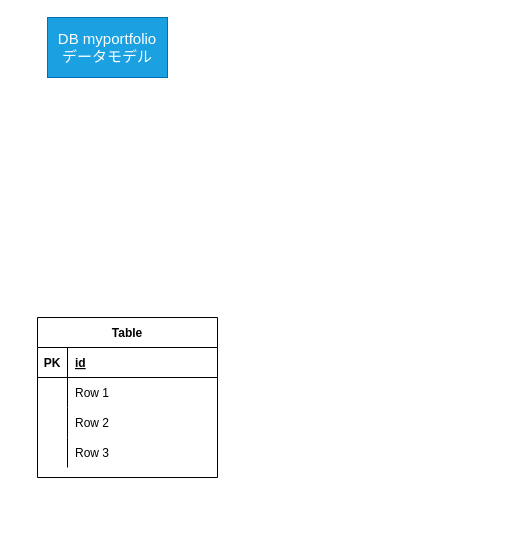
Earlier version of the draw.io diagram db.dio (hirohana/technologypost-backend). Source tidied: cells renumbered, new cells numbered last; positions are measured from the earlier drawing's top-left corner, leaving out a move shared by most shapes. Both pictures are drawn from the tidied source at 100%, with x=0, y=0 at pixel (37, 17).
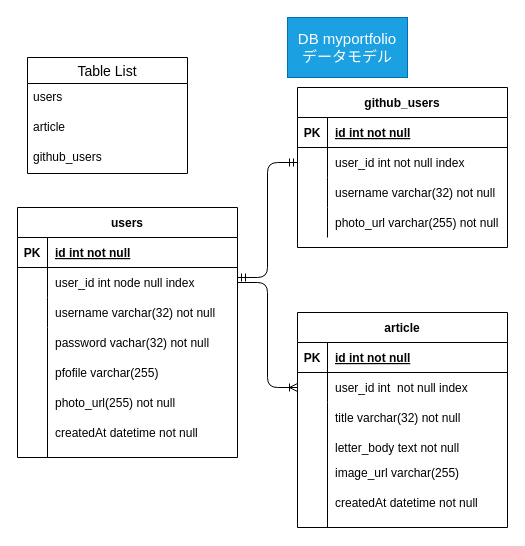
The same diagram, later.

Diff of the diagram source:
```diff
@@
-    <mxCell id="2" value="Table" style="shape=table;startSize=30;childLayout=tableLayout;rowLines=0;fontStyle=1;align=center;" parent="1" vertex="1">
-      <mxGeometry y="300" width="180" height="160" as="geometry" />
+    <mxCell id="2" value="users" style="shape=table;startSize=30;childLayout=tableLayout;rowLines=0;fontStyle=1;align=center;" parent="1" vertex="1">
+      <mxGeometry x="-20" y="190" width="220" height="250" as="geometry" />
     </mxCell>
     <mxCell id="3" style="shape=partialRectangle;fillColor=none;top=0;left=0;bottom=1;right=0;" parent="2" vertex="1">
-      <mxGeometry y="30" width="180" height="30" as="geometry" />
+      <mxGeometry y="30" width="220" height="30" as="geometry" />
     </mxCell>
@@
-    <mxCell id="5" value="id" style="shape=partialRectangle;fillColor=none;top=0;left=0;bottom=0;right=0;align=left;spacingLeft=6;fontStyle=5;overflow=hidden;" parent="3" vertex="1">
-      <mxGeometry x="30" width="150" height="30" as="geometry" />
+    <mxCell id="5" value="id int not null" style="shape=partialRectangle;fillColor=none;top=0;left=0;bottom=0;right=0;align=left;spacingLeft=6;fontStyle=5;overflow=hidden;" parent="3" vertex="1">
+      <mxGeometry x="30" width="190" height="30" as="geometry" />
     </mxCell>
     <mxCell id="6" style="shape=partialRectangle;fillColor=none;top=0;left=0;bottom=0;right=0;points=[[0,0.5],[1,0.5]];portConstraint=eastwest;" parent="2" vertex="1">
-      <mxGeometry y="60" width="180" height="30" as="geometry" />
+      <mxGeometry y="60" width="220" height="30" as="geometry" />
     </mxCell>
@@
-    <mxCell id="8" value="Row 1" style="shape=partialRectangle;fillColor=none;top=0;left=0;bottom=0;right=0;align=left;spacingLeft=6;overflow=hidden;" parent="6" vertex="1">
-      <mxGeometry x="30" width="150" height="30" as="geometry" />
+    <mxCell id="8" value="user_id int node null index" style="shape=partialRectangle;fillColor=none;top=0;left=0;bottom=0;right=0;align=left;spacingLeft=6;overflow=hidden;" parent="6" vertex="1">
+      <mxGeometry x="30" width="190" height="30" as="geometry" />
     </mxCell>
     <mxCell id="9" style="shape=partialRectangle;fillColor=none;top=0;left=0;bottom=0;right=0;" parent="2" vertex="1">
-      <mxGeometry y="90" width="180" height="30" as="geometry" />
+      <mxGeometry y="90" width="220" height="30" as="geometry" />
     </mxCell>
@@
-    <mxCell id="11" value="Row 2" style="shape=partialRectangle;fillColor=none;top=0;left=0;bottom=0;right=0;align=left;spacingLeft=6;overflow=hidden;" parent="9" vertex="1">
-      <mxGeometry x="30" width="150" height="30" as="geometry" />
+    <mxCell id="11" value="username varchar(32) not null" style="shape=partialRectangle;fillColor=none;top=0;left=0;bottom=0;right=0;align=left;spacingLeft=6;overflow=hidden;" parent="9" vertex="1">
+      <mxGeometry x="30" width="190" height="30" as="geometry" />
     </mxCell>
-    <mxCell id="12" style="shape=partialRectangle;fillColor=none;top=0;left=0;bottom=0;right=0;" parent="2" vertex="1">
-      <mxGeometry y="120" width="180" height="30" as="geometry" />
-    </mxCell>
-    <mxCell id="13" style="shape=partialRectangle;fillColor=none;top=0;left=0;bottom=0;right=0;overflow=hidden;" parent="12" vertex="1">
-      <mxGeometry width="30" height="30" as="geometry" />
-    </mxCell>
-    <mxCell id="14" value="Row 3" style="shape=partialRectangle;fillColor=none;top=0;left=0;bottom=0;right=0;align=left;spacingLeft=6;overflow=hidden;" parent="12" vertex="1">
-      <mxGeometry x="30" width="150" height="30" as="geometry" />
-    </mxCell>
     <mxCell id="15" value="&lt;font style=&quot;font-size: 15px&quot;&gt;DB myportfolio&lt;br&gt;データモデル&lt;/font&gt;" style="whiteSpace=wrap;html=1;fillColor=#1ba1e2;fontColor=#ffffff;strokeColor=#006EAF;" parent="1" vertex="1">
-      <mxGeometry x="10" width="120" height="60" as="geometry" />
+      <mxGeometry x="250" width="120" height="60" as="geometry" />
     </mxCell>
+    <mxCell id="16" value="github_users" style="shape=table;startSize=30;childLayout=tableLayout;rowLines=0;fontStyle=1;align=center;" parent="1" vertex="1">
+      <mxGeometry x="260" y="70" width="210" height="160" as="geometry" />
+    </mxCell>
+    <mxCell id="17" style="shape=partialRectangle;fillColor=none;top=0;left=0;bottom=1;right=0;" parent="16" vertex="1">
+      <mxGeometry y="30" width="210" height="30" as="geometry" />
+    </mxCell>
+    <mxCell id="18" value="PK" style="shape=partialRectangle;fillColor=none;top=0;left=0;bottom=0;right=0;fontStyle=1;overflow=hidden;" parent="17" vertex="1">
+      <mxGeometry width="30" height="30" as="geometry" />
+    </mxCell>
+    <mxCell id="19" value="id int not null" style="shape=partialRectangle;fillColor=none;top=0;left=0;bottom=0;right=0;align=left;spacingLeft=6;fontStyle=5;overflow=hidden;" parent="17" vertex="1">
+      <mxGeometry x="30" width="180" height="30" as="geometry" />
+    </mxCell>
+    <mxCell id="20" style="shape=partialRectangle;fillColor=none;top=0;left=0;bottom=0;right=0;points=[[0,0.5],[1,0.5]];portConstraint=eastwest;" parent="16" vertex="1">
+      <mxGeometry y="60" width="210" height="30" as="geometry" />
+    </mxCell>
+    <mxCell id="21" style="shape=partialRectangle;fillColor=none;top=0;left=0;bottom=0;right=0;overflow=hidden;" parent="20" vertex="1">
+      <mxGeometry width="30" height="30" as="geometry" />
+    </mxCell>
+    <mxCell id="22" value="user_id int not null index" style="shape=partialRectangle;fillColor=none;top=0;left=0;bottom=0;right=0;align=left;spacingLeft=6;overflow=hidden;" parent="20" vertex="1">
+      <mxGeometry x="30" width="180" height="30" as="geometry" />
+    </mxCell>
+    <mxCell id="23" style="shape=partialRectangle;fillColor=none;top=0;left=0;bottom=0;right=0;" parent="16" vertex="1">
+      <mxGeometry y="90" width="210" height="30" as="geometry" />
+    </mxCell>
+    <mxCell id="24" style="shape=partialRectangle;fillColor=none;top=0;left=0;bottom=0;right=0;overflow=hidden;" parent="23" vertex="1">
+      <mxGeometry width="30" height="30" as="geometry" />
+    </mxCell>
+    <mxCell id="25" value="username varchar(32) not null" style="shape=partialRectangle;fillColor=none;top=0;left=0;bottom=0;right=0;align=left;spacingLeft=6;overflow=hidden;" parent="23" vertex="1">
+      <mxGeometry x="30" width="180" height="30" as="geometry" />
+    </mxCell>
+    <mxCell id="26" style="shape=partialRectangle;fillColor=none;top=0;left=0;bottom=0;right=0;" parent="16" vertex="1">
+      <mxGeometry y="120" width="210" height="30" as="geometry" />
+    </mxCell>
+    <mxCell id="27" style="shape=partialRectangle;fillColor=none;top=0;left=0;bottom=0;right=0;overflow=hidden;" parent="26" vertex="1">
+      <mxGeometry width="30" height="30" as="geometry" />
+    </mxCell>
+    <mxCell id="28" value="photo_url varchar(255) not null" style="shape=partialRectangle;fillColor=none;top=0;left=0;bottom=0;right=0;align=left;spacingLeft=6;overflow=hidden;" parent="26" vertex="1">
+      <mxGeometry x="30" width="180" height="30" as="geometry" />
+    </mxCell>
+    <mxCell id="29" value="article" style="shape=table;startSize=30;childLayout=tableLayout;rowLines=0;fontStyle=1;align=center;" parent="1" vertex="1">
+      <mxGeometry x="260" y="295" width="210" height="215" as="geometry" />
+    </mxCell>
+    <mxCell id="30" style="shape=partialRectangle;fillColor=none;top=0;left=0;bottom=1;right=0;" parent="29" vertex="1">
+      <mxGeometry y="30" width="210" height="30" as="geometry" />
+    </mxCell>
+    <mxCell id="31" value="PK" style="shape=partialRectangle;fillColor=none;top=0;left=0;bottom=0;right=0;fontStyle=1;overflow=hidden;" parent="30" vertex="1">
+      <mxGeometry width="30" height="30" as="geometry" />
+    </mxCell>
+    <mxCell id="32" value="id int not null" style="shape=partialRectangle;fillColor=none;top=0;left=0;bottom=0;right=0;align=left;spacingLeft=6;fontStyle=5;overflow=hidden;" parent="30" vertex="1">
+      <mxGeometry x="30" width="180" height="30" as="geometry" />
+    </mxCell>
+    <mxCell id="33" style="shape=partialRectangle;fillColor=none;top=0;left=0;bottom=0;right=0;points=[[0,0.5],[1,0.5]];portConstraint=eastwest;" parent="29" vertex="1">
+      <mxGeometry y="60" width="210" height="30" as="geometry" />
+    </mxCell>
+    <mxCell id="34" style="shape=partialRectangle;fillColor=none;top=0;left=0;bottom=0;right=0;overflow=hidden;" parent="33" vertex="1">
+      <mxGeometry width="30" height="30" as="geometry" />
+    </mxCell>
+    <mxCell id="35" value="user_id int  not null index" style="shape=partialRectangle;fillColor=none;top=0;left=0;bottom=0;right=0;align=left;spacingLeft=6;overflow=hidden;" parent="33" vertex="1">
+      <mxGeometry x="30" width="180" height="30" as="geometry" />
+    </mxCell>
+    <mxCell id="36" style="shape=partialRectangle;fillColor=none;top=0;left=0;bottom=0;right=0;" parent="29" vertex="1">
+      <mxGeometry y="90" width="210" height="30" as="geometry" />
+    </mxCell>
+    <mxCell id="37" style="shape=partialRectangle;fillColor=none;top=0;left=0;bottom=0;right=0;overflow=hidden;" parent="36" vertex="1">
+      <mxGeometry width="30" height="30" as="geometry" />
+    </mxCell>
+    <mxCell id="38" value="title varchar(32) not null" style="shape=partialRectangle;fillColor=none;top=0;left=0;bottom=0;right=0;align=left;spacingLeft=6;overflow=hidden;" parent="36" vertex="1">
+      <mxGeometry x="30" width="180" height="30" as="geometry" />
+    </mxCell>
+    <mxCell id="39" style="shape=partialRectangle;fillColor=none;top=0;left=0;bottom=0;right=0;" parent="29" vertex="1">
+      <mxGeometry y="120" width="210" height="30" as="geometry" />
+    </mxCell>
+    <mxCell id="40" style="shape=partialRectangle;fillColor=none;top=0;left=0;bottom=0;right=0;overflow=hidden;" parent="39" vertex="1">
+      <mxGeometry width="30" height="30" as="geometry" />
+    </mxCell>
+    <mxCell id="41" value="letter_body text not null" style="shape=partialRectangle;fillColor=none;top=0;left=0;bottom=0;right=0;align=left;spacingLeft=6;overflow=hidden;" parent="39" vertex="1">
+      <mxGeometry x="30" width="180" height="30" as="geometry" />
+    </mxCell>
+    <mxCell id="42" style="shape=partialRectangle;fillColor=none;top=0;left=0;bottom=0;right=0;" parent="1" vertex="1">
+      <mxGeometry x="260" y="470" width="190" height="30" as="geometry" />
+    </mxCell>
+    <mxCell id="43" style="shape=partialRectangle;fillColor=none;top=0;left=0;bottom=0;right=0;overflow=hidden;" parent="42" vertex="1">
+      <mxGeometry width="30" height="30" as="geometry" />
+    </mxCell>
+    <mxCell id="44" value="createdAt datetime not null" style="shape=partialRectangle;fillColor=none;top=0;left=0;bottom=0;right=0;align=left;spacingLeft=6;overflow=hidden;" parent="42" vertex="1">
+      <mxGeometry x="30" width="160" height="30" as="geometry" />
+    </mxCell>
+    <mxCell id="45" style="shape=partialRectangle;fillColor=none;top=0;left=0;bottom=0;right=0;" parent="1" vertex="1">
+      <mxGeometry x="260" y="440" width="180" height="30" as="geometry" />
+    </mxCell>
+    <mxCell id="46" style="shape=partialRectangle;fillColor=none;top=0;left=0;bottom=0;right=0;overflow=hidden;" parent="45" vertex="1">
+      <mxGeometry width="30" height="30" as="geometry" />
+    </mxCell>
+    <mxCell id="47" value="image_url varchar(255)" style="shape=partialRectangle;fillColor=none;top=0;left=0;bottom=0;right=0;align=left;spacingLeft=6;overflow=hidden;" parent="45" vertex="1">
+      <mxGeometry x="30" width="150" height="30" as="geometry" />
+    </mxCell>
+    <mxCell id="48" style="edgeStyle=entityRelationEdgeStyle;fontSize=12;html=1;endArrow=ERoneToMany;exitX=1;exitY=0.5;exitDx=0;exitDy=0;entryX=0;entryY=0.5;entryDx=0;entryDy=0;" parent="1" edge="1" source="6" target="33">
+      <mxGeometry relative="1" as="geometry" />
+    </mxCell>
+    <mxCell id="49" style="endArrow=none;html=1;rounded=0;" parent="1" edge="1">
+      <mxGeometry relative="1" as="geometry">
+        <mxPoint x="290" y="410" as="sourcePoint" />
+        <mxPoint x="290" y="510" as="targetPoint" />
+      </mxGeometry>
+    </mxCell>
+    <mxCell id="50" value="Table List" style="swimlane;fontStyle=0;horizontal=1;startSize=26;align=center;fontSize=14;" parent="1" vertex="1">
+      <mxGeometry x="-10" y="40" width="160" height="116" as="geometry" />
+    </mxCell>
+    <mxCell id="51" value="users" style="text;strokeColor=none;fillColor=none;spacingLeft=4;spacingRight=4;overflow=hidden;fontSize=12;" parent="50" vertex="1">
+      <mxGeometry y="26" width="160" height="30" as="geometry" />
+    </mxCell>
+    <mxCell id="52" value="article" style="text;strokeColor=none;fillColor=none;spacingLeft=4;spacingRight=4;overflow=hidden;fontSize=12;" parent="50" vertex="1">
+      <mxGeometry y="56" width="160" height="30" as="geometry" />
+    </mxCell>
+    <mxCell id="53" value="github_users" style="text;strokeColor=none;fillColor=none;spacingLeft=4;spacingRight=4;overflow=hidden;fontSize=12;" parent="50" vertex="1">
+      <mxGeometry y="86" width="160" height="30" as="geometry" />
+    </mxCell>
+    <mxCell id="54" style="edgeStyle=entityRelationEdgeStyle;fontSize=12;html=1;endArrow=ERmandOne;startArrow=ERmandOne;entryX=0;entryY=0.5;entryDx=0;entryDy=0;exitX=1;exitY=0.333;exitDx=0;exitDy=0;exitPerimeter=0;" parent="1" edge="1" source="6" target="20">
+      <mxGeometry relative="1" as="geometry" />
+    </mxCell>
+    <mxCell id="55" value="pfofile varchar(255)" style="shape=partialRectangle;fillColor=none;top=0;left=0;bottom=0;right=0;align=left;spacingLeft=6;overflow=hidden;" parent="1" vertex="1">
+      <mxGeometry x="10" y="340" width="190" height="30" as="geometry" />
+    </mxCell>
+    <mxCell id="56" value="createdAt datetime not null" style="shape=partialRectangle;fillColor=none;top=0;left=0;bottom=0;right=0;align=left;spacingLeft=6;overflow=hidden;" parent="1" vertex="1">
+      <mxGeometry x="10" y="400" width="150" height="30" as="geometry" />
+    </mxCell>
+    <mxCell id="57" value="password vachar(32) not null" style="shape=partialRectangle;fillColor=none;top=0;left=0;bottom=0;right=0;align=left;spacingLeft=6;overflow=hidden;" parent="1" vertex="1">
+      <mxGeometry x="10" y="310" width="190" height="30" as="geometry" />
+    </mxCell>
+    <mxCell id="58" style="endArrow=none;html=1;rounded=0;" parent="1" edge="1">
+      <mxGeometry relative="1" as="geometry">
+        <mxPoint x="10" y="310" as="sourcePoint" />
+        <mxPoint x="10" y="440" as="targetPoint" />
+      </mxGeometry>
+    </mxCell>
+    <mxCell id="59" value="photo_url(255) not null" style="shape=partialRectangle;fillColor=none;top=0;left=0;bottom=0;right=0;align=left;spacingLeft=6;overflow=hidden;" parent="1" vertex="1">
+      <mxGeometry x="10" y="370" width="190" height="30" as="geometry" />
+    </mxCell>
```
